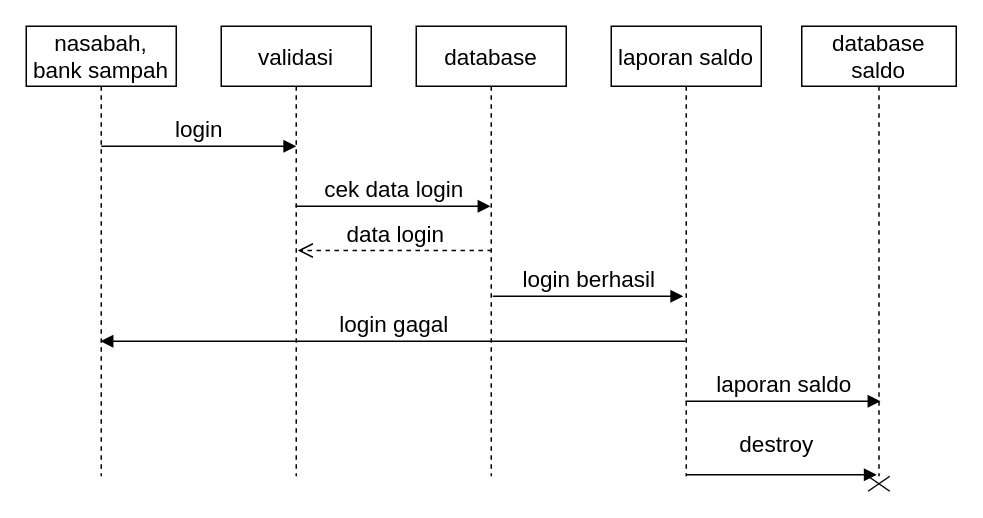
This is page "sequence melihat saldo" (10 of 11) of Untitled Diagram.drawio from dreamergirl01/uml_bankSampah, a draw.io file, before an edit. Source tidied: cells renumbered, new cells numbered last; positions are measured from the earlier drawing's top-left corner, leaving out a move shared by most shapes. Both pictures are drawn from the tidied source at 150%, with x=0, y=0 at pixel (26, 26).
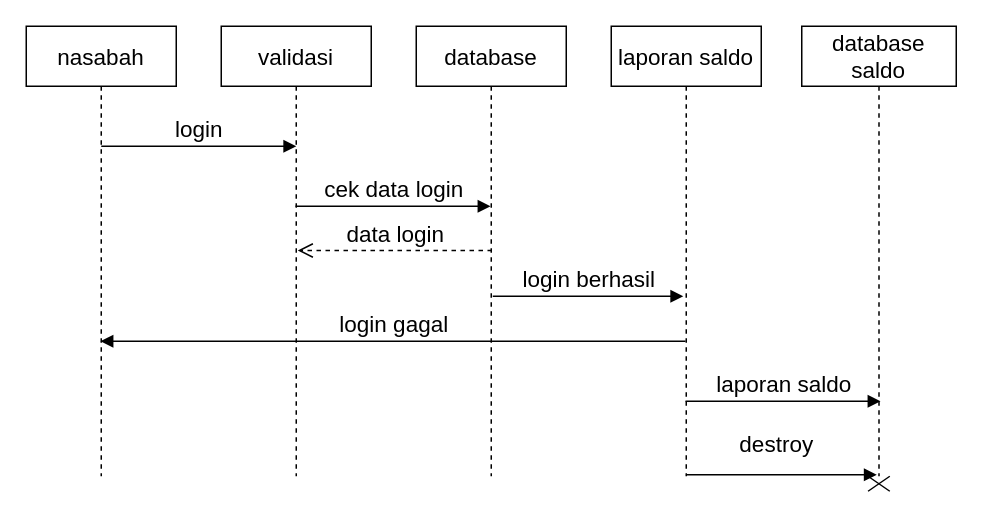
Above is the later version.

Commit message:
sequence nasabah melihat transaksi.drawio

Change to the diagram source:
```diff
@@
-    <mxCell id="2" value="nasabah, bank sampah" style="shape=umlLifeline;perimeter=lifelinePerimeter;whiteSpace=wrap;html=1;newEdgeStyle={&quot;curved&quot;:0,&quot;rounded&quot;:0};fontSize=15;" parent="1" vertex="1">
+    <mxCell id="2" value="nasabah" style="shape=umlLifeline;perimeter=lifelinePerimeter;whiteSpace=wrap;html=1;newEdgeStyle={&quot;curved&quot;:0,&quot;rounded&quot;:0};fontSize=15;" parent="1" vertex="1">
       <mxGeometry width="100" height="300" as="geometry" />
     </mxCell>
```
